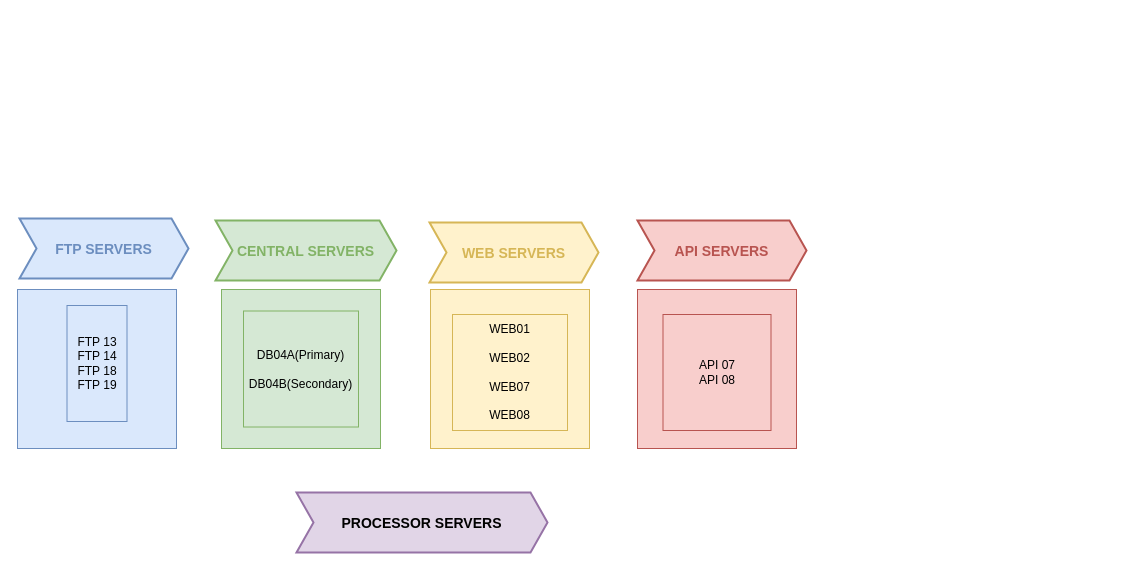
Before: Untitled Diagram.drawio in Sk1740/First-Repo, a draw.io diagram. Source tidied: cells renumbered, new cells numbered last; positions are measured from the earlier drawing's top-left corner, leaving out a move shared by most shapes. Both pictures are drawn from the tidied source at 100%, with x=0, y=0 at pixel (17, 218).
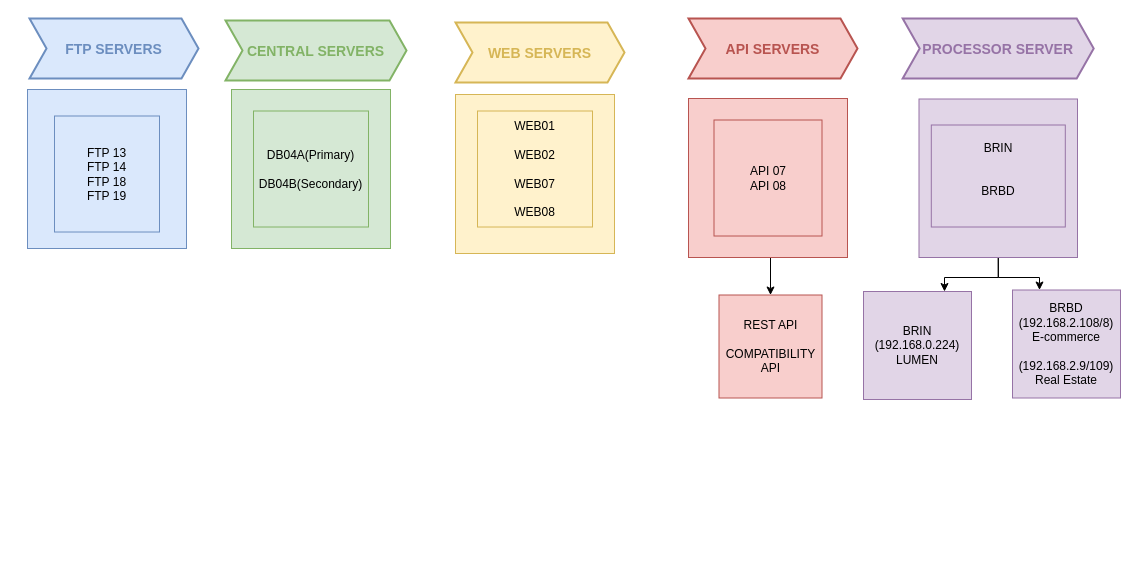
Above is the later version.

Change to the diagram source:
```diff
@@
     <mxCell id="2" value="FTP SERVERS" style="shape=step;perimeter=stepPerimeter;strokeColor=#6C8EBF;fontFamily=Helvetica;fontSize=14;fontColor=#6C8EBF;fillColor=#dae8fc;fixedSize=1;size=17;fontStyle=1;strokeWidth=2;spacingTop=0;" parent="1" vertex="1">
-      <mxGeometry x="2" width="169" height="60" as="geometry" />
+      <mxGeometry x="12" y="-200" width="169" height="60" as="geometry" />
     </mxCell>
     <mxCell id="3" value="CENTRAL SERVERS" style="shape=step;perimeter=stepPerimeter;strokeColor=#82B366;fontFamily=Helvetica;fontSize=14;fontColor=#82B366;fillColor=#d5e8d4;fixedSize=1;size=17;fontStyle=1;strokeWidth=2;spacingTop=0;" parent="1" vertex="1">
-      <mxGeometry x="198" y="2" width="181" height="60" as="geometry" />
+      <mxGeometry x="208" y="-198" width="181" height="60" as="geometry" />
     </mxCell>
     <mxCell id="4" value="WEB SERVERS" style="shape=step;perimeter=stepPerimeter;strokeColor=#D6B656;fontFamily=Helvetica;fontSize=14;fontColor=#D6B656;fillColor=#fff2cc;fixedSize=1;size=17;fontStyle=1;strokeWidth=2;spacingTop=0;" parent="1" vertex="1">
-      <mxGeometry x="412" y="4" width="169" height="60" as="geometry" />
+      <mxGeometry x="438" y="-196" width="169" height="60" as="geometry" />
     </mxCell>
     <mxCell id="5" value="API SERVERS" style="shape=step;perimeter=stepPerimeter;strokeColor=#B85450;fontFamily=Helvetica;fontSize=14;fontColor=#B85450;fillColor=#f8cecc;fixedSize=1;size=17;fontStyle=1;strokeWidth=2;spacingTop=0;" parent="1" vertex="1">
-      <mxGeometry x="620" y="2" width="169" height="60" as="geometry" />
+      <mxGeometry x="671" y="-200" width="169" height="60" as="geometry" />
     </mxCell>
     <mxCell id="6" style="whiteSpace=wrap;html=1;fillColor=#dae8fc;strokeColor=#6c8ebf;" parent="1" vertex="1">
-      <mxGeometry y="71" width="159" height="159" as="geometry" />
+      <mxGeometry x="10" y="-129" width="159" height="159" as="geometry" />
     </mxCell>
     <mxCell id="7" value="FTP 13&lt;br&gt;FTP 14&lt;br&gt;FTP 18&lt;br&gt;FTP 19" style="text;strokeColor=#6c8ebf;align=center;fillColor=#dae8fc;html=1;verticalAlign=middle;whiteSpace=wrap;rounded=0;" parent="1" vertex="1">
-      <mxGeometry x="49.5" y="87" width="60" height="116" as="geometry" />
+      <mxGeometry x="37" y="-102.5" width="105" height="116" as="geometry" />
     </mxCell>
     <mxCell id="8" style="whiteSpace=wrap;html=1;fillColor=#d5e8d4;strokeColor=#82b366;" parent="1" vertex="1">
-      <mxGeometry x="204" y="71" width="159" height="159" as="geometry" />
+      <mxGeometry x="214" y="-129" width="159" height="159" as="geometry" />
     </mxCell>
     <mxCell id="9" value="DB04A(Primary)&lt;br&gt;&lt;br&gt;DB04B(Secondary)" style="text;strokeColor=#82b366;align=center;fillColor=#d5e8d4;html=1;verticalAlign=middle;whiteSpace=wrap;rounded=0;" parent="1" vertex="1">
-      <mxGeometry x="226" y="92.5" width="115" height="116" as="geometry" />
+      <mxGeometry x="236" y="-107.5" width="115" height="116" as="geometry" />
     </mxCell>
     <mxCell id="10" style="whiteSpace=wrap;html=1;fillColor=#fff2cc;strokeColor=#d6b656;" parent="1" vertex="1">
-      <mxGeometry x="413" y="71" width="159" height="159" as="geometry" />
+      <mxGeometry x="438" y="-124" width="159" height="159" as="geometry" />
     </mxCell>
     <mxCell id="11" value="WEB01&lt;br&gt;&lt;br&gt;WEB02&lt;br&gt;&lt;br&gt;WEB07&lt;br&gt;&lt;br&gt;WEB08" style="text;strokeColor=#d6b656;align=center;fillColor=#fff2cc;html=1;verticalAlign=middle;whiteSpace=wrap;rounded=0;" parent="1" vertex="1">
-      <mxGeometry x="435" y="96" width="115" height="116" as="geometry" />
+      <mxGeometry x="460" y="-107.5" width="115" height="116" as="geometry" />
     </mxCell>
+    <mxCell id="15" style="edgeStyle=orthogonalEdgeStyle;rounded=0;jettySize=auto;html=1;exitX=0.5;exitY=1;exitDx=0;exitDy=0;entryX=0.5;entryY=0;entryDx=0;entryDy=0;" parent="1" edge="1" source="12" target="20">
+      <mxGeometry relative="1" as="geometry" />
+    </mxCell>
     <mxCell id="12" style="whiteSpace=wrap;html=1;fillColor=#f8cecc;strokeColor=#b85450;" parent="1" vertex="1">
-      <mxGeometry x="620" y="71" width="159" height="159" as="geometry" />
+      <mxGeometry x="671" y="-120" width="159" height="159" as="geometry" />
     </mxCell>
     <mxCell id="13" value="API 07&lt;br&gt;API 08" style="text;strokeColor=#b85450;align=center;fillColor=#f8cecc;html=1;verticalAlign=middle;whiteSpace=wrap;rounded=0;" parent="1" vertex="1">
-      <mxGeometry x="645.5" y="96" width="108" height="116" as="geometry" />
+      <mxGeometry x="696.5" y="-98.5" width="108" height="116" as="geometry" />
     </mxCell>
-    <mxCell id="14" value="PROCESSOR SERVERS" style="shape=step;perimeter=stepPerimeter;strokeColor=#9673a6;fontFamily=Helvetica;fontSize=14;fillColor=#e1d5e7;fixedSize=1;size=17;fontStyle=1;strokeWidth=2;spacingTop=0;" parent="1" vertex="1">
-      <mxGeometry x="279" y="274" width="251" height="60" as="geometry" />
+    <mxCell id="14" value="PROCESSOR SERVER" style="shape=step;perimeter=stepPerimeter;strokeColor=#9673A6;fontFamily=Helvetica;fontSize=14;fillColor=#e1d5e7;fixedSize=1;size=17;fontStyle=1;strokeWidth=2;spacingTop=0;gradientColor=none;fontColor=light-dark(#9673a6, #ededed);" parent="1" vertex="1">
+      <mxGeometry x="885.2" y="-200" width="191" height="60" as="geometry" />
     </mxCell>
+    <mxCell id="16" style="edgeStyle=orthogonalEdgeStyle;rounded=0;jettySize=auto;html=1;exitX=0.5;exitY=1;exitDx=0;exitDy=0;entryX=0.75;entryY=0;entryDx=0;entryDy=0;" parent="1" edge="1" source="18" target="21">
+      <mxGeometry relative="1" as="geometry" />
+    </mxCell>
+    <mxCell id="17" style="edgeStyle=orthogonalEdgeStyle;rounded=0;jettySize=auto;html=1;entryX=0.25;entryY=0;entryDx=0;entryDy=0;" parent="1" edge="1" source="18" target="22">
+      <mxGeometry relative="1" as="geometry" />
+    </mxCell>
+    <mxCell id="18" style="whiteSpace=wrap;html=1;fillColor=#e1d5e7;strokeColor=#9673a6;" parent="1" vertex="1">
+      <mxGeometry x="901.5" y="-119.5" width="158.5" height="158.5" as="geometry" />
+    </mxCell>
+    <mxCell id="19" value="BRIN&lt;br&gt;&lt;br&gt;&lt;br&gt;BRBD&lt;div&gt;&lt;br/&gt;&lt;/div&gt;" style="text;strokeColor=#9673a6;align=center;fillColor=#e1d5e7;html=1;verticalAlign=middle;whiteSpace=wrap;rounded=0;" parent="1" vertex="1">
+      <mxGeometry x="913.8" y="-93.5" width="134" height="102" as="geometry" />
+    </mxCell>
+    <mxCell id="20" value="REST API&lt;br&gt;&lt;br&gt;COMPATIBILITY API" style="whiteSpace=wrap;html=1;fillColor=#f8cecc;strokeColor=#b85450;" parent="1" vertex="1">
+      <mxGeometry x="701.5" y="76.5" width="103" height="103" as="geometry" />
+    </mxCell>
+    <mxCell id="21" value="BRIN (192.168.0.224)&lt;br&gt;LUMEN" style="whiteSpace=wrap;html=1;fillColor=#e1d5e7;strokeColor=#9673a6;" parent="1" vertex="1">
+      <mxGeometry x="846" y="73" width="108" height="108" as="geometry" />
+    </mxCell>
+    <mxCell id="22" value="BRBD (192.168.2.108/8)&lt;br&gt;E-commerce&lt;br&gt;&lt;br&gt;(192.168.2.9/109)&lt;br&gt;Real Estate" style="whiteSpace=wrap;html=1;fillColor=#e1d5e7;strokeColor=#9673a6;" parent="1" vertex="1">
+      <mxGeometry x="995" y="71.5" width="108" height="108" as="geometry" />
+    </mxCell>
```
